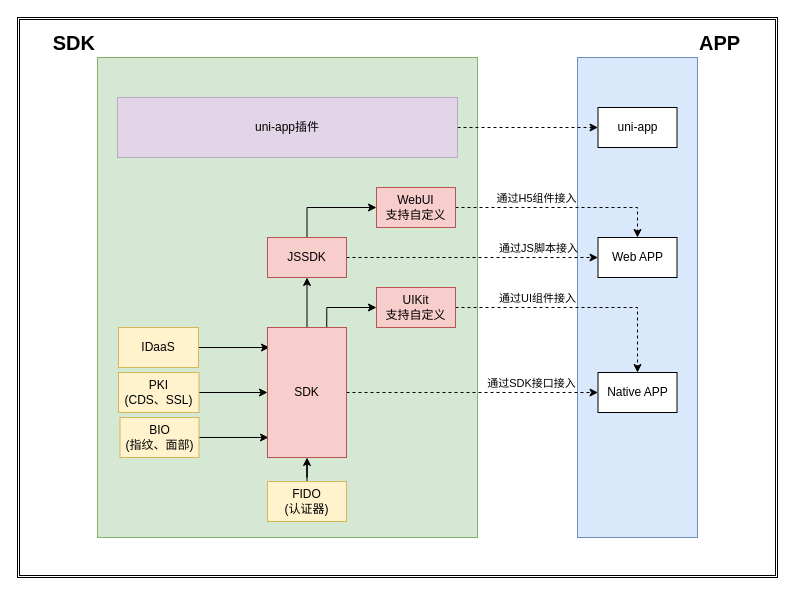
This is 认证SDK结构图.drawio from mobof/Koal, a draw.io file, before an edit. Source tidied: cells renumbered, new cells numbered last; positions are measured from the earlier drawing's top-left corner, leaving out a move shared by most shapes. Both pictures are drawn from the tidied source at 100%, with x=0, y=0 at pixel (17, 17).
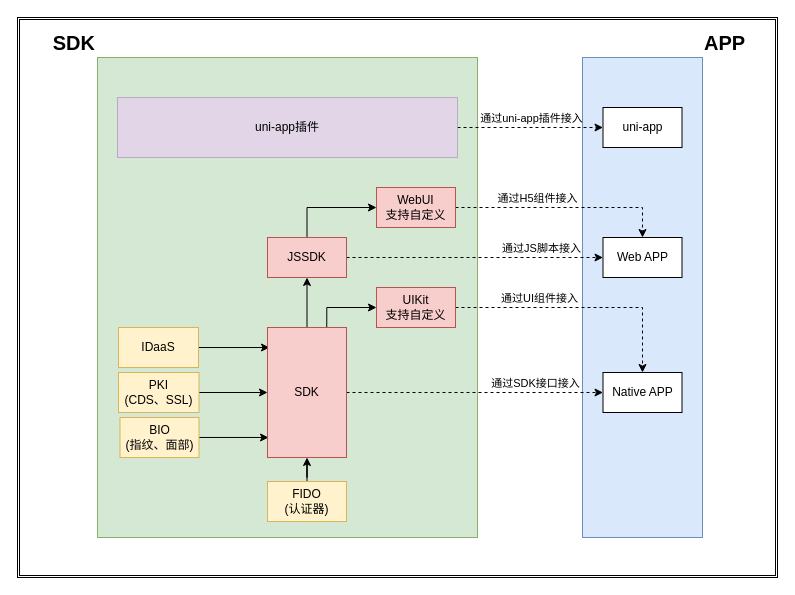
The same page after the edit.

Commit message:
Update 认证SDK结构图.drawio

Unchanged cells that the change refers to:
```xml
<mxCell id="30" style="edgeStyle=orthogonalEdgeStyle;rounded=0;jettySize=auto;html=1;entryX=0;entryY=0.5;entryDx=0;entryDy=0;dashed=1;" parent="1" edge="1" source="31" target="29">
  <mxGeometry relative="1" as="geometry" />
</mxCell>
```

The edit, as a diff of the source:
```diff
@@
     <mxCell id="4" value="&lt;font style=&quot;font-size: 20px&quot;&gt;&lt;b&gt;APP&lt;/b&gt;&lt;/font&gt;" style="rounded=0;whiteSpace=wrap;html=1;fillColor=#dae8fc;strokeColor=#6c8ebf;labelPosition=right;verticalLabelPosition=top;align=left;verticalAlign=bottom;" parent="1" vertex="1">
-      <mxGeometry x="560" y="40" width="120" height="480" as="geometry" />
+      <mxGeometry x="565" y="40" width="120" height="480" as="geometry" />
     </mxCell>
@@
     <mxCell id="25" value="Native APP" style="rounded=0;whiteSpace=wrap;html=1;" parent="1" vertex="1">
-      <mxGeometry x="580.5" y="355" width="79" height="40" as="geometry" />
+      <mxGeometry x="585.5" y="355" width="79" height="40" as="geometry" />
     </mxCell>
     <mxCell id="26" value="Web APP" style="rounded=0;whiteSpace=wrap;html=1;" parent="1" vertex="1">
-      <mxGeometry x="580.5" y="220" width="79" height="40" as="geometry" />
+      <mxGeometry x="585.5" y="220" width="79" height="40" as="geometry" />
     </mxCell>
@@
     <mxCell id="29" value="uni-app" style="rounded=0;whiteSpace=wrap;html=1;" parent="1" vertex="1">
-      <mxGeometry x="580.5" y="90" width="79" height="40" as="geometry" />
+      <mxGeometry x="585.5" y="90" width="79" height="40" as="geometry" />
     </mxCell>
@@
+    <mxCell id="32" value="通过uni-app插件接入" style="edgeLabel;html=1;align=center;verticalAlign=middle;labelBackgroundColor=none;" parent="30" vertex="1">
+      <mxGeometry x="0.18" y="1" relative="1" as="geometry">
+        <mxPoint x="-13" y="-9" as="offset" />
+      </mxGeometry>
+    </mxCell>
```
